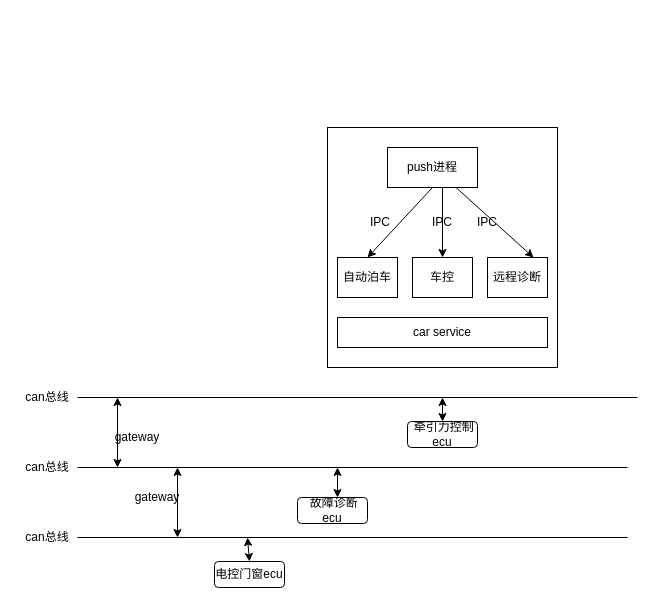
The draw.io diagram arch/carNet/carNet.drawio in zhangchuhu/drawio, before the edit. Source tidied: cells renumbered, new cells numbered last; positions are measured from the earlier drawing's top-left corner, leaving out a move shared by most shapes. Both pictures are drawn from the tidied source at 100%, with x=0, y=0 at pixel (17, 127).
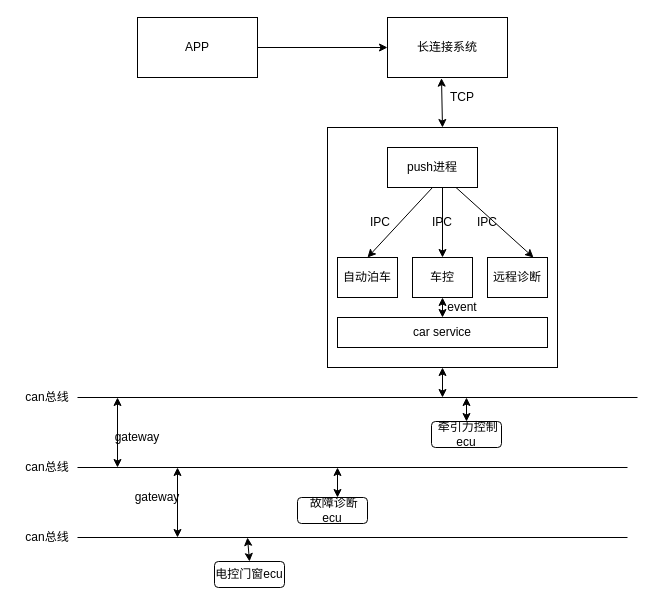
After the change.

Unchanged cells that the change refers to:
```xml
<mxCell id="2" style="rounded=0;whiteSpace=wrap;html=1;" parent="1" vertex="1">
  <mxGeometry x="310" width="230" height="240" as="geometry" />
</mxCell>
<mxCell id="6" value="车控" style="rounded=0;whiteSpace=wrap;html=1;" parent="1" vertex="1">
  <mxGeometry x="395" y="130" width="60" height="40" as="geometry" />
</mxCell>
<mxCell id="9" value="car service" style="rounded=0;whiteSpace=wrap;html=1;" parent="1" vertex="1">
  <mxGeometry x="320" y="190" width="210" height="30" as="geometry" />
</mxCell>
```

What changed in the source:
```diff
@@
     <mxCell id="22" value="&amp;nbsp;牵引力控制ecu" style="rounded=1;whiteSpace=wrap;html=1;" parent="1" vertex="1">
-      <mxGeometry x="390" y="294" width="70" height="26" as="geometry" />
+      <mxGeometry x="414" y="294" width="70" height="26" as="geometry" />
     </mxCell>
     <mxCell id="23" style="endArrow=classic;startArrow=classic;html=1;exitX=0.5;exitY=0;exitDx=0;exitDy=0;" parent="1" edge="1" source="22">
       <mxGeometry relative="1" as="geometry">
-        <mxPoint x="425" y="270" as="targetPoint" />
+        <mxPoint x="449" y="270" as="targetPoint" />
       </mxGeometry>
     </mxCell>
@@
+    <mxCell id="32" value="长连接系统" style="rounded=0;whiteSpace=wrap;html=1;" parent="1" vertex="1">
+      <mxGeometry x="370" y="-110" width="120" height="60" as="geometry" />
+    </mxCell>
+    <mxCell id="33" value="APP" style="rounded=0;whiteSpace=wrap;html=1;" parent="1" vertex="1">
+      <mxGeometry x="120" y="-110" width="120" height="60" as="geometry" />
+    </mxCell>
+    <mxCell id="34" style="endArrow=classic;html=1;entryX=0;entryY=0.5;entryDx=0;entryDy=0;exitX=1;exitY=0.5;exitDx=0;exitDy=0;" parent="1" edge="1" source="33" target="32">
+      <mxGeometry relative="1" as="geometry" />
+    </mxCell>
+    <mxCell id="35" style="endArrow=classic;startArrow=classic;html=1;entryX=0.45;entryY=1.011;entryDx=0;entryDy=0;entryPerimeter=0;exitX=0.5;exitY=0;exitDx=0;exitDy=0;" parent="1" edge="1" source="2" target="32">
+      <mxGeometry relative="1" as="geometry" />
+    </mxCell>
+    <mxCell id="36" value="TCP" style="text;html=1;strokeColor=none;fillColor=none;align=center;verticalAlign=middle;whiteSpace=wrap;rounded=0;" parent="1" vertex="1">
+      <mxGeometry x="425" y="-40" width="40" height="20" as="geometry" />
+    </mxCell>
+    <mxCell id="37" style="endArrow=classic;startArrow=classic;html=1;entryX=0.5;entryY=1;entryDx=0;entryDy=0;" parent="1" edge="1" source="9" target="6">
+      <mxGeometry relative="1" as="geometry" />
+    </mxCell>
+    <mxCell id="38" value="event" style="text;html=1;strokeColor=none;fillColor=none;align=center;verticalAlign=middle;whiteSpace=wrap;rounded=0;" parent="1" vertex="1">
+      <mxGeometry x="425" y="170" width="40" height="20" as="geometry" />
+    </mxCell>
+    <mxCell id="39" style="endArrow=classic;startArrow=classic;html=1;entryX=0.5;entryY=1;entryDx=0;entryDy=0;" parent="1" edge="1" target="2">
+      <mxGeometry relative="1" as="geometry">
+        <mxPoint x="425" y="270" as="sourcePoint" />
+      </mxGeometry>
+    </mxCell>
```
